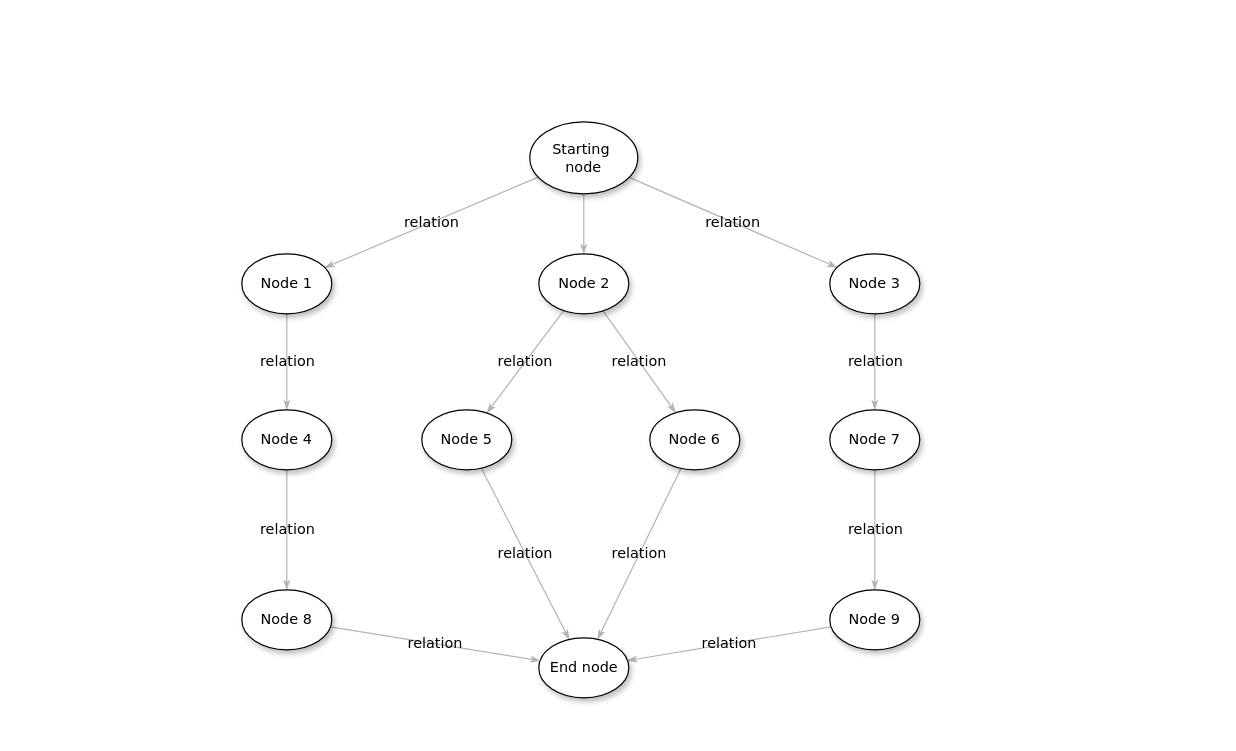
feihu618/drawio keeps this draw.io diagram as craft/WeAccount.drawio. Above is the earlier version. Source tidied: cells renumbered, new cells numbered last; positions are measured from the earlier drawing's top-left corner, leaving out a move shared by most shapes. Both pictures are drawn from the tidied source at 120%, with x=0, y=0 at pixel (241, 121).
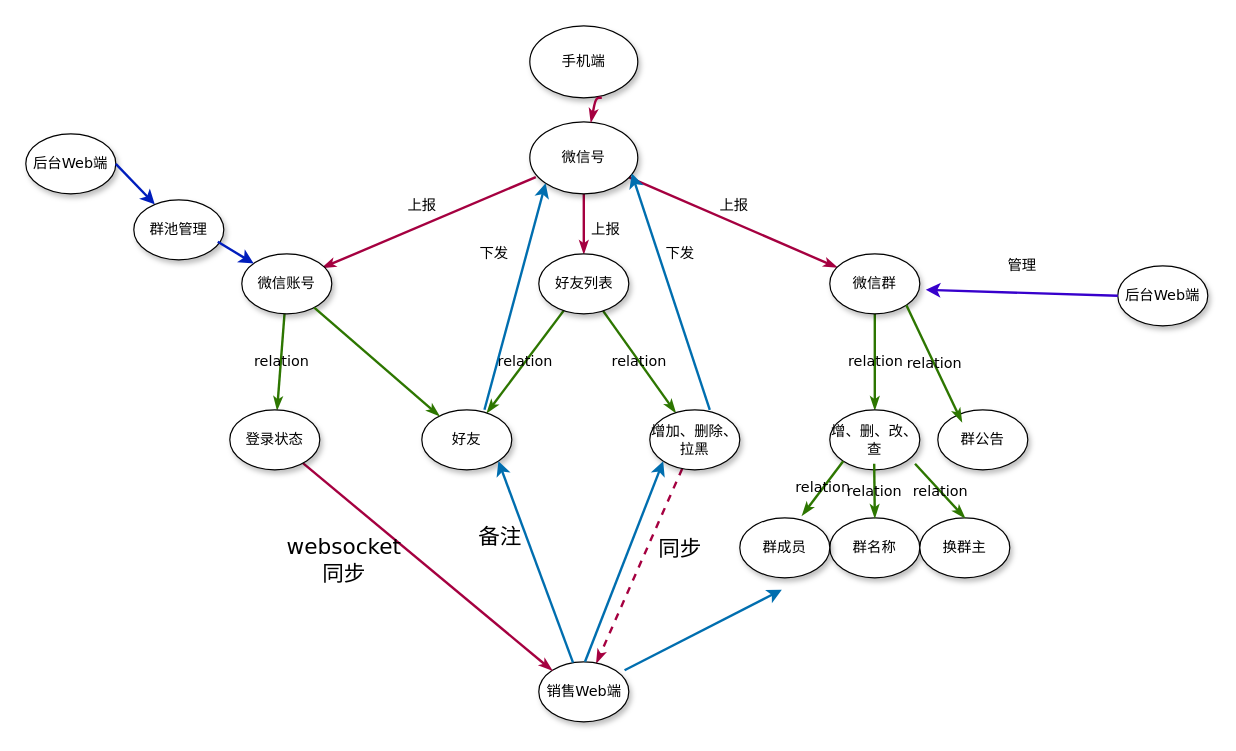
Above is the later version.

What changed in the source:
```diff
@@
-    <mxCell id="2" style="edgeStyle=none;rounded=1;html=1;labelBackgroundColor=none;startArrow=none;startFill=0;startSize=5;endArrow=classicThin;endFill=1;endSize=5;jettySize=auto;strokeColor=#B3B3B3;strokeWidth=1;fontFamily=Verdana;fontSize=12;" parent="1" edge="1" source="5" target="8">
+    <mxCell id="2" style="edgeStyle=none;rounded=1;html=1;labelBackgroundColor=none;startArrow=none;startFill=0;startSize=5;endArrow=classicThin;endFill=1;endSize=5;jettySize=auto;strokeColor=#A50040;strokeWidth=2;fontFamily=Verdana;fontSize=12;fillColor=#d80073;" parent="1" edge="1" source="5" target="8">
       <mxGeometry relative="1" as="geometry" />
     </mxCell>
-    <mxCell id="3" value="relation" style="edgeStyle=none;rounded=1;html=1;labelBackgroundColor=none;startArrow=none;startFill=0;startSize=5;endArrow=classicThin;endFill=1;endSize=5;jettySize=auto;strokeColor=#B3B3B3;strokeWidth=1;fontFamily=Verdana;fontSize=12;" parent="1" edge="1" source="5" target="21">
-      <mxGeometry relative="1" as="geometry" />
+    <mxCell id="3" style="edgeStyle=none;rounded=1;html=1;labelBackgroundColor=none;startArrow=none;startFill=0;startSize=5;endArrow=classicThin;endFill=1;endSize=5;jettySize=auto;orthogonalLoop=1;strokeColor=#A50040;strokeWidth=2;fontFamily=Verdana;fontSize=12;fillColor=#d80073;" parent="1" edge="1">
+      <mxGeometry relative="1" as="geometry">
+        <mxPoint x="245" y="46.1" as="sourcePoint" />
+        <mxPoint x="67.1" y="121.6" as="targetPoint" />
+      </mxGeometry>
     </mxCell>
-    <mxCell id="4" value="relation" style="edgeStyle=none;rounded=1;html=1;labelBackgroundColor=none;startArrow=none;startFill=0;startSize=5;endArrow=classicThin;endFill=1;endSize=5;jettySize=auto;strokeColor=#B3B3B3;strokeWidth=1;fontFamily=Verdana;fontSize=12;" parent="1" edge="1" source="5" target="10">
+    <mxCell id="4" style="edgeStyle=none;rounded=1;html=1;labelBackgroundColor=none;startArrow=none;startFill=0;startSize=5;endArrow=classicThin;endFill=1;endSize=5;jettySize=auto;strokeColor=#A50040;strokeWidth=2;fontFamily=Verdana;fontSize=12;fillColor=#d80073;" parent="1" edge="1" source="5" target="10">
       <mxGeometry relative="1" as="geometry" />
     </mxCell>
-    <mxCell id="5" value="Starting&amp;nbsp;&lt;div&gt;node&lt;/div&gt;" style="ellipse;whiteSpace=wrap;html=1;rounded=0;shadow=1;comic=0;labelBackgroundColor=none;strokeWidth=1;fontFamily=Verdana;fontSize=12;align=center;" parent="1" vertex="1">
+    <mxCell id="5" value="微信号" style="ellipse;whiteSpace=wrap;html=1;rounded=0;shadow=1;comic=0;labelBackgroundColor=none;strokeWidth=1;fontFamily=Verdana;fontSize=12;align=center;" parent="1" vertex="1">
       <mxGeometry x="240" width="90" height="60" as="geometry" />
     </mxCell>
-    <mxCell id="6" value="relation" style="edgeStyle=none;rounded=1;html=1;labelBackgroundColor=none;startArrow=none;startFill=0;startSize=5;endArrow=classicThin;endFill=1;endSize=5;jettySize=auto;strokeColor=#B3B3B3;strokeWidth=1;fontFamily=Verdana;fontSize=12;" parent="1" edge="1" source="8" target="18">
+    <mxCell id="6" value="relation" style="edgeStyle=none;rounded=1;html=1;labelBackgroundColor=none;startArrow=none;startFill=0;startSize=5;endArrow=classicThin;endFill=1;endSize=5;jettySize=auto;strokeColor=#2D7600;strokeWidth=2;fontFamily=Verdana;fontSize=12;fillColor=#60a917;" parent="1" edge="1" source="8" target="18">
       <mxGeometry relative="1" as="geometry" />
     </mxCell>
-    <mxCell id="7" value="relation" style="edgeStyle=none;rounded=1;html=1;labelBackgroundColor=none;startArrow=none;startFill=0;startSize=5;endArrow=classicThin;endFill=1;endSize=5;jettySize=auto;strokeColor=#B3B3B3;strokeWidth=1;fontFamily=Verdana;fontSize=12;" parent="1" edge="1" source="8" target="16">
+    <mxCell id="7" value="relation" style="edgeStyle=none;rounded=1;html=1;labelBackgroundColor=none;startArrow=none;startFill=0;startSize=5;endArrow=classicThin;endFill=1;endSize=5;jettySize=auto;strokeColor=#2D7600;strokeWidth=2;fontFamily=Verdana;fontSize=12;fillColor=#60a917;" parent="1" edge="1" source="8" target="16">
       <mxGeometry relative="1" as="geometry" />
     </mxCell>
-    <mxCell id="8" value="&lt;span&gt;Node 2&lt;/span&gt;" style="ellipse;whiteSpace=wrap;html=1;rounded=0;shadow=1;comic=0;labelBackgroundColor=none;strokeWidth=1;fontFamily=Verdana;fontSize=12;align=center;" parent="1" vertex="1">
+    <mxCell id="8" value="&lt;span&gt;好友列表&lt;/span&gt;" style="ellipse;whiteSpace=wrap;html=1;rounded=0;shadow=1;comic=0;labelBackgroundColor=none;strokeWidth=1;fontFamily=Verdana;fontSize=12;align=center;" parent="1" vertex="1">
       <mxGeometry x="247.5" y="110" width="75" height="50" as="geometry" />
     </mxCell>
-    <mxCell id="9" value="relation" style="edgeStyle=none;rounded=1;html=1;labelBackgroundColor=none;startArrow=none;startFill=0;startSize=5;endArrow=classicThin;endFill=1;endSize=5;jettySize=auto;strokeColor=#B3B3B3;strokeWidth=1;fontFamily=Verdana;fontSize=12;" parent="1" edge="1" source="10" target="12">
+    <mxCell id="9" value="relation" style="edgeStyle=none;rounded=1;html=1;labelBackgroundColor=none;startArrow=none;startFill=0;startSize=5;endArrow=classicThin;endFill=1;endSize=5;jettySize=auto;strokeColor=#2D7600;strokeWidth=2;fontFamily=Verdana;fontSize=12;fillColor=#60a917;" parent="1" edge="1" source="10" target="12">
       <mxGeometry relative="1" as="geometry" />
     </mxCell>
-    <mxCell id="10" value="&lt;span&gt;Node 3&lt;/span&gt;" style="ellipse;whiteSpace=wrap;html=1;rounded=0;shadow=1;comic=0;labelBackgroundColor=none;strokeWidth=1;fontFamily=Verdana;fontSize=12;align=center;" parent="1" vertex="1">
+    <mxCell id="10" value="微信群" style="ellipse;whiteSpace=wrap;html=1;rounded=0;shadow=1;comic=0;labelBackgroundColor=none;strokeWidth=1;fontFamily=Verdana;fontSize=12;align=center;" parent="1" vertex="1">
       <mxGeometry x="490" y="110" width="75" height="50" as="geometry" />
     </mxCell>
-    <mxCell id="11" value="relation" style="edgeStyle=none;rounded=1;html=1;labelBackgroundColor=none;startArrow=none;startFill=0;startSize=5;endArrow=classicThin;endFill=1;endSize=5;jettySize=auto;strokeColor=#B3B3B3;strokeWidth=1;fontFamily=Verdana;fontSize=12;" parent="1" edge="1" source="12" target="14">
-      <mxGeometry relative="1" as="geometry" />
-    </mxCell>
-    <mxCell id="12" value="&lt;span&gt;Node 7&lt;/span&gt;" style="ellipse;whiteSpace=wrap;html=1;rounded=0;shadow=1;comic=0;labelBackgroundColor=none;strokeWidth=1;fontFamily=Verdana;fontSize=12;align=center;" parent="1" vertex="1">
+    <mxCell id="12" value="&lt;span&gt;增、删、改、查&lt;/span&gt;" style="ellipse;whiteSpace=wrap;html=1;rounded=0;shadow=1;comic=0;labelBackgroundColor=none;strokeWidth=1;fontFamily=Verdana;fontSize=12;align=center;" parent="1" vertex="1">
       <mxGeometry x="490" y="240" width="75" height="50" as="geometry" />
     </mxCell>
-    <mxCell id="13" value="relation" style="edgeStyle=none;rounded=1;html=1;labelBackgroundColor=none;startArrow=none;startFill=0;startSize=5;endArrow=classicThin;endFill=1;endSize=5;jettySize=auto;strokeColor=#B3B3B3;strokeWidth=1;fontFamily=Verdana;fontSize=12;" parent="1" edge="1" source="14" target="19">
-      <mxGeometry relative="1" as="geometry" />
-    </mxCell>
-    <mxCell id="14" value="&lt;span&gt;Node 9&lt;/span&gt;" style="ellipse;whiteSpace=wrap;html=1;rounded=0;shadow=1;comic=0;labelBackgroundColor=none;strokeWidth=1;fontFamily=Verdana;fontSize=12;align=center;" parent="1" vertex="1">
-      <mxGeometry x="490" y="390" width="75" height="50" as="geometry" />
-    </mxCell>
-    <mxCell id="15" value="relation" style="edgeStyle=none;rounded=1;html=1;labelBackgroundColor=none;startArrow=none;startFill=0;startSize=5;endArrow=classicThin;endFill=1;endSize=5;jettySize=auto;strokeColor=#B3B3B3;strokeWidth=1;fontFamily=Verdana;fontSize=12;" parent="1" edge="1" source="16" target="19">
+    <mxCell id="15" style="edgeStyle=none;rounded=1;html=1;labelBackgroundColor=none;startArrow=none;startFill=0;startSize=5;endArrow=classicThin;endFill=1;endSize=5;jettySize=auto;strokeColor=#A50040;strokeWidth=2;fontFamily=Verdana;fontSize=12;fillColor=#d80073;dashed=1;" parent="1" edge="1" source="16" target="19">
       <mxGeometry relative="1" as="geometry" />
     </mxCell>
-    <mxCell id="16" value="&lt;span&gt;Node 6&lt;/span&gt;" style="ellipse;whiteSpace=wrap;html=1;rounded=0;shadow=1;comic=0;labelBackgroundColor=none;strokeWidth=1;fontFamily=Verdana;fontSize=12;align=center;" parent="1" vertex="1">
+    <mxCell id="16" value="&lt;span&gt;增加、删除、拉黑&lt;/span&gt;" style="ellipse;whiteSpace=wrap;html=1;rounded=0;shadow=1;comic=0;labelBackgroundColor=none;strokeWidth=1;fontFamily=Verdana;fontSize=12;align=center;" parent="1" vertex="1">
       <mxGeometry x="340" y="240" width="75" height="50" as="geometry" />
     </mxCell>
-    <mxCell id="17" value="relation" style="edgeStyle=none;rounded=1;html=1;labelBackgroundColor=none;startArrow=none;startFill=0;startSize=5;endArrow=classicThin;endFill=1;endSize=5;jettySize=auto;strokeColor=#B3B3B3;strokeWidth=1;fontFamily=Verdana;fontSize=12;" parent="1" edge="1" source="18" target="19">
-      <mxGeometry relative="1" as="geometry" />
-    </mxCell>
-    <mxCell id="18" value="&lt;span&gt;Node 5&lt;/span&gt;" style="ellipse;whiteSpace=wrap;html=1;rounded=0;shadow=1;comic=0;labelBackgroundColor=none;strokeWidth=1;fontFamily=Verdana;fontSize=12;align=center;" parent="1" vertex="1">
+    <mxCell id="18" value="&lt;span&gt;好友&lt;/span&gt;" style="ellipse;whiteSpace=wrap;html=1;rounded=0;shadow=1;comic=0;labelBackgroundColor=none;strokeWidth=1;fontFamily=Verdana;fontSize=12;align=center;" parent="1" vertex="1">
       <mxGeometry x="150" y="240" width="75" height="50" as="geometry" />
     </mxCell>
-    <mxCell id="19" value="End node" style="ellipse;whiteSpace=wrap;html=1;rounded=0;shadow=1;comic=0;labelBackgroundColor=none;strokeWidth=1;fontFamily=Verdana;fontSize=12;align=center;" parent="1" vertex="1">
-      <mxGeometry x="247.5" y="430" width="75" height="50" as="geometry" />
+    <mxCell id="19" value="销售Web端" style="ellipse;whiteSpace=wrap;html=1;rounded=0;shadow=1;comic=0;labelBackgroundColor=none;strokeWidth=1;fontFamily=Verdana;fontSize=12;align=center;" parent="1" vertex="1">
+      <mxGeometry x="247.5" y="450" width="75" height="50" as="geometry" />
     </mxCell>
-    <mxCell id="20" value="relation" style="edgeStyle=none;rounded=1;html=1;labelBackgroundColor=none;startArrow=none;startFill=0;startSize=5;endArrow=classicThin;endFill=1;endSize=5;jettySize=auto;strokeColor=#B3B3B3;strokeWidth=1;fontFamily=Verdana;fontSize=12;" parent="1" edge="1" source="21" target="23">
+    <mxCell id="20" value="relation" style="edgeStyle=none;rounded=1;html=1;labelBackgroundColor=none;startArrow=none;startFill=0;startSize=5;endArrow=classicThin;endFill=1;endSize=5;jettySize=auto;strokeColor=#2D7600;strokeWidth=2;fontFamily=Verdana;fontSize=12;fillColor=#60a917;" parent="1" edge="1" source="21" target="23">
       <mxGeometry relative="1" as="geometry" />
     </mxCell>
-    <mxCell id="21" value="Node 1" style="ellipse;whiteSpace=wrap;html=1;rounded=0;shadow=1;comic=0;labelBackgroundColor=none;strokeWidth=1;fontFamily=Verdana;fontSize=12;align=center;" parent="1" vertex="1">
+    <mxCell id="21" value="&lt;span&gt;微信账号&lt;/span&gt;" style="ellipse;whiteSpace=wrap;html=1;rounded=0;shadow=1;comic=0;labelBackgroundColor=none;strokeWidth=1;fontFamily=Verdana;fontSize=12;align=center;" parent="1" vertex="1">
       <mxGeometry y="110" width="75" height="50" as="geometry" />
     </mxCell>
-    <mxCell id="22" value="relation" style="edgeStyle=none;rounded=1;html=1;labelBackgroundColor=none;startArrow=none;startFill=0;startSize=5;endArrow=classicThin;endFill=1;endSize=5;jettySize=auto;strokeColor=#B3B3B3;strokeWidth=1;fontFamily=Verdana;fontSize=12;" parent="1" edge="1" source="23" target="25">
+    <mxCell id="22" style="edgeStyle=none;rounded=1;html=1;labelBackgroundColor=none;startArrow=none;startFill=0;startSize=5;endArrow=classicThin;endFill=1;endSize=5;jettySize=auto;strokeColor=#A50040;strokeWidth=2;fontFamily=Verdana;fontSize=12;fillColor=#d80073;entryX=0;entryY=0;entryDx=0;entryDy=0;" parent="1" edge="1" source="23" target="19">
       <mxGeometry relative="1" as="geometry" />
     </mxCell>
-    <mxCell id="23" value="&lt;span&gt;Node 4&lt;/span&gt;" style="ellipse;whiteSpace=wrap;html=1;rounded=0;shadow=1;comic=0;labelBackgroundColor=none;strokeWidth=1;fontFamily=Verdana;fontSize=12;align=center;" parent="1" vertex="1">
-      <mxGeometry y="240" width="75" height="50" as="geometry" />
+    <mxCell id="23" value="&lt;span&gt;登录状态&lt;/span&gt;" style="ellipse;whiteSpace=wrap;html=1;rounded=0;shadow=1;comic=0;labelBackgroundColor=none;strokeWidth=1;fontFamily=Verdana;fontSize=12;align=center;" parent="1" vertex="1">
+      <mxGeometry x="-10" y="240" width="75" height="50" as="geometry" />
     </mxCell>
-    <mxCell id="24" value="relation" style="edgeStyle=none;rounded=1;html=1;labelBackgroundColor=none;startArrow=none;startFill=0;startSize=5;endArrow=classicThin;endFill=1;endSize=5;jettySize=auto;strokeColor=#B3B3B3;strokeWidth=1;fontFamily=Verdana;fontSize=12;" parent="1" edge="1" source="25" target="19">
-      <mxGeometry relative="1" as="geometry" />
-    </mxCell>
-    <mxCell id="25" value="&lt;span&gt;Node 8&lt;/span&gt;" style="ellipse;whiteSpace=wrap;html=1;rounded=0;shadow=1;comic=0;labelBackgroundColor=none;strokeWidth=1;fontFamily=Verdana;fontSize=12;align=center;" parent="1" vertex="1">
-      <mxGeometry y="390" width="75" height="50" as="geometry" />
-    </mxCell>
+    <mxCell id="26" value="手机端" style="ellipse;whiteSpace=wrap;html=1;rounded=0;shadow=1;comic=0;labelBackgroundColor=none;strokeWidth=1;fontFamily=Verdana;fontSize=12;align=center;" parent="1" vertex="1">
+      <mxGeometry x="240" y="-80" width="90" height="60" as="geometry" />
+    </mxCell>
+    <mxCell id="27" style="edgeStyle=none;rounded=1;html=1;labelBackgroundColor=none;startArrow=none;startFill=0;startSize=5;endArrow=classicThin;endFill=1;endSize=5;jettySize=auto;strokeColor=#A50040;strokeWidth=2;fontFamily=Verdana;fontSize=12;fillColor=#d80073;" parent="1" edge="1" target="5">
+      <mxGeometry relative="1" as="geometry">
+        <mxPoint x="300" y="-20" as="sourcePoint" />
+        <Array as="points">
+          <mxPoint x="295" y="-20" />
+        </Array>
+      </mxGeometry>
+    </mxCell>
+    <mxCell id="28" style="edgeStyle=none;rounded=1;html=1;labelBackgroundColor=none;startArrow=none;startFill=0;startSize=5;endArrow=classicThin;endFill=1;endSize=5;jettySize=auto;strokeColor=#2D7600;strokeWidth=2;fontFamily=Verdana;fontSize=12;fillColor=#60a917;" parent="1" edge="1" source="21" target="18">
+      <mxGeometry y="27" relative="1" as="geometry" />
+    </mxCell>
+    <mxCell id="29" value="&lt;span style=&quot;font-family: &amp;#34;verdana&amp;#34;&quot;&gt;上报&lt;/span&gt;" style="text;html=1;align=center;verticalAlign=middle;fillColor=none;strokeColor=none;rounded=0;" parent="1" vertex="1">
+      <mxGeometry x="130" y="60" width="40" height="20" as="geometry" />
+    </mxCell>
+    <mxCell id="30" value="&lt;span style=&quot;font-family: &amp;#34;verdana&amp;#34;&quot;&gt;上报&lt;/span&gt;" style="text;html=1;align=center;verticalAlign=middle;fillColor=none;strokeColor=none;rounded=0;" parent="1" vertex="1">
+      <mxGeometry x="390" y="60" width="40" height="20" as="geometry" />
+    </mxCell>
+    <mxCell id="31" style="endArrow=classic;html=1;strokeWidth=2;entryX=1;entryY=1;entryDx=0;entryDy=0;fillColor=#1ba1e2;strokeColor=#006EAF;" parent="1" edge="1" source="19" target="18">
+      <mxGeometry relative="1" as="geometry" />
+    </mxCell>
+    <mxCell id="32" value="&lt;span style=&quot;font-family: &amp;#34;verdana&amp;#34; ; font-size: 18px&quot;&gt;备注&lt;/span&gt;" style="text;html=1;align=center;verticalAlign=middle;fillColor=none;strokeColor=none;rounded=0;" parent="1" vertex="1">
+      <mxGeometry x="190" y="335" width="50" height="20" as="geometry" />
+    </mxCell>
+    <mxCell id="33" value="&lt;span style=&quot;font-family: &amp;#34;verdana&amp;#34;&quot;&gt;上报&lt;/span&gt;" style="text;html=1;align=center;verticalAlign=middle;fillColor=none;strokeColor=none;rounded=0;" parent="1" vertex="1">
+      <mxGeometry x="282.5" y="80" width="40" height="20" as="geometry" />
+    </mxCell>
+    <mxCell id="34" value="&lt;span style=&quot;font-family: &amp;#34;verdana&amp;#34; ; font-size: 18px&quot;&gt;同步&lt;/span&gt;" style="text;html=1;align=center;verticalAlign=middle;fillColor=none;strokeColor=none;rounded=0;" parent="1" vertex="1">
+      <mxGeometry x="340" y="345" width="50" height="20" as="geometry" />
+    </mxCell>
+    <mxCell id="35" value="&lt;span style=&quot;font-family: &amp;#34;verdana&amp;#34; ; font-size: 18px&quot;&gt;websocket&lt;br&gt;同步&lt;/span&gt;" style="text;html=1;align=center;verticalAlign=middle;fillColor=none;strokeColor=none;rounded=0;" parent="1" vertex="1">
+      <mxGeometry x="30" y="345" width="110" height="40" as="geometry" />
+    </mxCell>
+    <mxCell id="36" style="endArrow=classic;html=1;strokeWidth=2;entryX=0;entryY=1;entryDx=0;entryDy=0;fillColor=#1ba1e2;strokeColor=#006EAF;" parent="1" edge="1" target="16">
+      <mxGeometry relative="1" as="geometry">
+        <mxPoint x="286" y="450" as="sourcePoint" />
+      </mxGeometry>
+    </mxCell>
+    <mxCell id="37" style="endArrow=classic;html=1;strokeWidth=2;entryX=0;entryY=1;entryDx=0;entryDy=0;fillColor=#1ba1e2;strokeColor=#006EAF;" parent="1" edge="1" target="5">
+      <mxGeometry relative="1" as="geometry">
+        <mxPoint x="202.2" y="240" as="sourcePoint" />
+      </mxGeometry>
+    </mxCell>
+    <mxCell id="38" value="&lt;span style=&quot;font-family: &amp;#34;verdana&amp;#34;&quot;&gt;下发&lt;/span&gt;" style="text;html=1;align=center;verticalAlign=middle;fillColor=none;strokeColor=none;rounded=0;" parent="1" vertex="1">
+      <mxGeometry x="190" y="100" width="40" height="20" as="geometry" />
+    </mxCell>
+    <mxCell id="39" style="endArrow=classic;html=1;strokeWidth=2;entryX=0.944;entryY=0.717;entryDx=0;entryDy=0;fillColor=#1ba1e2;strokeColor=#006EAF;entryPerimeter=0;" parent="1" edge="1" target="5">
+      <mxGeometry relative="1" as="geometry">
+        <mxPoint x="390" y="240" as="sourcePoint" />
+      </mxGeometry>
+    </mxCell>
+    <mxCell id="40" value="&lt;span style=&quot;font-family: &amp;#34;verdana&amp;#34;&quot;&gt;下发&lt;/span&gt;" style="text;html=1;align=center;verticalAlign=middle;fillColor=none;strokeColor=none;rounded=0;" parent="1" vertex="1">
+      <mxGeometry x="345" y="100" width="40" height="20" as="geometry" />
+    </mxCell>
+    <mxCell id="41" style="endArrow=classic;html=1;strokeWidth=2;fillColor=#1ba1e2;strokeColor=#006EAF;exitX=0.953;exitY=0.14;exitDx=0;exitDy=0;exitPerimeter=0;" parent="1" edge="1" source="19">
+      <mxGeometry relative="1" as="geometry">
+        <mxPoint x="450" y="390" as="targetPoint" />
+      </mxGeometry>
+    </mxCell>
+    <mxCell id="42" value="群公告" style="ellipse;whiteSpace=wrap;html=1;rounded=0;shadow=1;comic=0;labelBackgroundColor=none;strokeWidth=1;fontFamily=Verdana;fontSize=12;align=center;" parent="1" vertex="1">
+      <mxGeometry x="580" y="240" width="75" height="50" as="geometry" />
+    </mxCell>
+    <mxCell id="43" value="relation" style="edgeStyle=none;rounded=1;html=1;labelBackgroundColor=none;startArrow=none;startFill=0;startSize=5;endArrow=classicThin;endFill=1;endSize=5;jettySize=auto;strokeColor=#2D7600;strokeWidth=2;fontFamily=Verdana;fontSize=12;fillColor=#60a917;exitX=1;exitY=1;exitDx=0;exitDy=0;" parent="1" edge="1" source="10">
+      <mxGeometry relative="1" as="geometry">
+        <mxPoint x="600" y="250" as="targetPoint" />
+      </mxGeometry>
+    </mxCell>
+    <mxCell id="44" value="&lt;span&gt;群名称&lt;/span&gt;" style="ellipse;whiteSpace=wrap;html=1;rounded=0;shadow=1;comic=0;labelBackgroundColor=none;strokeWidth=1;fontFamily=Verdana;fontSize=12;align=center;" parent="1" vertex="1">
+      <mxGeometry x="490" y="330" width="75" height="50" as="geometry" />
+    </mxCell>
+    <mxCell id="45" value="relation" style="edgeStyle=none;rounded=1;html=1;labelBackgroundColor=none;startArrow=none;startFill=0;startSize=5;endArrow=classicThin;endFill=1;endSize=5;jettySize=auto;strokeColor=#2D7600;strokeWidth=2;fontFamily=Verdana;fontSize=12;fillColor=#60a917;entryX=0.5;entryY=0;entryDx=0;entryDy=0;" parent="1" edge="1" target="44">
+      <mxGeometry relative="1" as="geometry">
+        <mxPoint x="527" y="285" as="sourcePoint" />
+      </mxGeometry>
+    </mxCell>
+    <mxCell id="46" value="换群主" style="ellipse;whiteSpace=wrap;html=1;rounded=0;shadow=1;comic=0;labelBackgroundColor=none;strokeWidth=1;fontFamily=Verdana;fontSize=12;align=center;" parent="1" vertex="1">
+      <mxGeometry x="565" y="330" width="75" height="50" as="geometry" />
+    </mxCell>
+    <mxCell id="47" value="relation" style="edgeStyle=none;rounded=1;html=1;labelBackgroundColor=none;startArrow=none;startFill=0;startSize=5;endArrow=classicThin;endFill=1;endSize=5;jettySize=auto;strokeColor=#2D7600;strokeWidth=2;fontFamily=Verdana;fontSize=12;fillColor=#60a917;exitX=0.947;exitY=0.9;exitDx=0;exitDy=0;exitPerimeter=0;entryX=0.5;entryY=0;entryDx=0;entryDy=0;" parent="1" edge="1" source="12" target="46">
+      <mxGeometry relative="1" as="geometry" />
+    </mxCell>
+    <mxCell id="48" value="后台Web端" style="ellipse;whiteSpace=wrap;html=1;rounded=0;shadow=1;comic=0;labelBackgroundColor=none;strokeWidth=1;fontFamily=Verdana;fontSize=12;align=center;" parent="1" vertex="1">
+      <mxGeometry x="730" y="120" width="75" height="50" as="geometry" />
+    </mxCell>
+    <mxCell id="49" style="endArrow=classic;html=1;strokeWidth=2;fillColor=#6a00ff;strokeColor=#3700CC;exitX=0;exitY=0.5;exitDx=0;exitDy=0;" parent="1" edge="1" source="48">
+      <mxGeometry relative="1" as="geometry">
+        <mxPoint x="570" y="140" as="targetPoint" />
+      </mxGeometry>
+    </mxCell>
+    <mxCell id="50" value="&lt;span style=&quot;font-family: &amp;#34;verdana&amp;#34;&quot;&gt;管理&lt;/span&gt;" style="text;html=1;align=center;verticalAlign=middle;fillColor=none;strokeColor=none;rounded=0;" parent="1" vertex="1">
+      <mxGeometry x="630" y="110" width="40" height="20" as="geometry" />
+    </mxCell>
+    <mxCell id="51" value="&lt;span&gt;群成员&lt;/span&gt;" style="ellipse;whiteSpace=wrap;html=1;rounded=0;shadow=1;comic=0;labelBackgroundColor=none;strokeWidth=1;fontFamily=Verdana;fontSize=12;align=center;" parent="1" vertex="1">
+      <mxGeometry x="415" y="330" width="75" height="50" as="geometry" />
+    </mxCell>
+    <mxCell id="52" value="relation" style="edgeStyle=none;rounded=1;html=1;labelBackgroundColor=none;startArrow=none;startFill=0;startSize=5;endArrow=classicThin;endFill=1;endSize=5;jettySize=auto;strokeColor=#2D7600;strokeWidth=2;fontFamily=Verdana;fontSize=12;fillColor=#60a917;exitX=0;exitY=1;exitDx=0;exitDy=0;entryX=0.693;entryY=-0.04;entryDx=0;entryDy=0;entryPerimeter=0;" parent="1" edge="1" source="12" target="51">
+      <mxGeometry relative="1" as="geometry" />
+    </mxCell>
+    <mxCell id="53" value="后台Web端" style="ellipse;whiteSpace=wrap;html=1;rounded=0;shadow=1;comic=0;labelBackgroundColor=none;strokeWidth=1;fontFamily=Verdana;fontSize=12;align=center;" parent="1" vertex="1">
+      <mxGeometry x="-180" y="10" width="75" height="50" as="geometry" />
+    </mxCell>
+    <mxCell id="54" style="endArrow=classic;html=1;strokeWidth=2;fillColor=#0050ef;strokeColor=#001DBC;exitX=1;exitY=0.5;exitDx=0;exitDy=0;" parent="1" edge="1" source="53" target="55">
+      <mxGeometry relative="1" as="geometry" />
+    </mxCell>
+    <mxCell id="55" value="&lt;span&gt;群池管理&lt;/span&gt;" style="ellipse;whiteSpace=wrap;html=1;rounded=0;shadow=1;comic=0;labelBackgroundColor=none;strokeWidth=1;fontFamily=Verdana;fontSize=12;align=center;" parent="1" vertex="1">
+      <mxGeometry x="-90" y="65" width="75" height="50" as="geometry" />
+    </mxCell>
+    <mxCell id="56" style="endArrow=classic;html=1;strokeWidth=2;fillColor=#0050ef;strokeColor=#001DBC;" parent="1" edge="1" target="21">
+      <mxGeometry relative="1" as="geometry">
+        <mxPoint x="-20" y="100" as="sourcePoint" />
+      </mxGeometry>
+    </mxCell>
```
